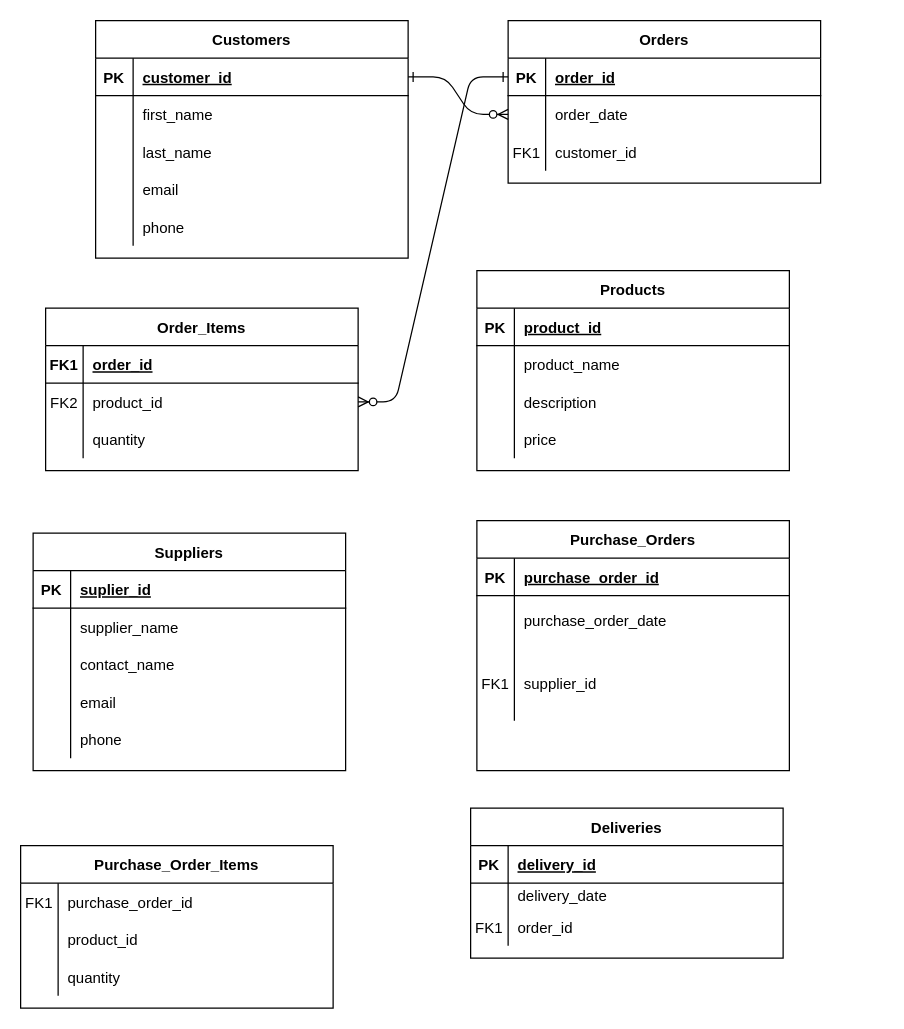
Earlier version of the draw.io diagram Untitled Diagram.drawio (devalmali/Data-Modeling-SQL-). Source tidied: cells renumbered, new cells numbered last; positions are measured from the earlier drawing's top-left corner, leaving out a move shared by most shapes. Both pictures are drawn from the tidied source at 125%, with x=0, y=0 at pixel (20, 20).
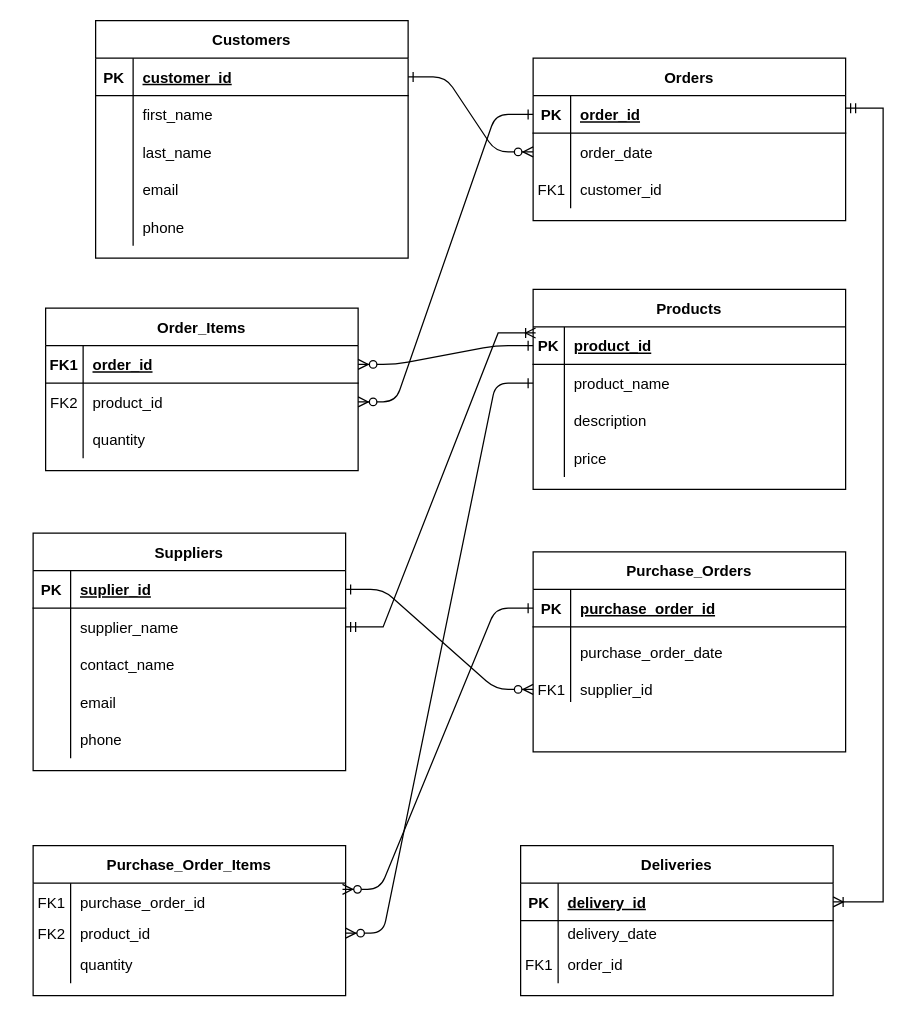
The same diagram, later.

Unchanged cells that the change refers to:
```xml
<mxCell id="15" style="shape=partialRectangle;fillColor=none;points=[[0,0.5],[1,0.5]];portConstraint=eastwest;top=0;left=0;right=0;bottom=1;" parent="14" vertex="1">
  <mxGeometry y="30" width="250" height="30" as="geometry" />
</mxCell>
<mxCell id="41" style="shape=partialRectangle;fillColor=none;points=[[0,0.5],[1,0.5]];portConstraint=eastwest;top=0;left=0;right=0;bottom=1;" parent="40" vertex="1">
  <mxGeometry y="30" width="250" height="30" as="geometry" />
</mxCell>
<mxCell id="44" style="shape=partialRectangle;fillColor=none;points=[[0,0.5],[1,0.5]];portConstraint=eastwest;top=0;left=0;right=0;bottom=0;" parent="40" vertex="1">
  <mxGeometry y="60" width="250" height="30" as="geometry" />
</mxCell>
<mxCell id="47" style="shape=partialRectangle;fillColor=none;top=0;left=0;right=0;bottom=0;" parent="40" vertex="1">
  <mxGeometry y="90" width="250" height="30" as="geometry" />
</mxCell>
<mxCell id="50" style="shape=partialRectangle;fillColor=none;top=0;left=0;right=0;bottom=0;" parent="40" vertex="1">
  <mxGeometry y="120" width="250" height="30" as="geometry" />
</mxCell>
<mxCell id="54" style="shape=partialRectangle;fillColor=none;points=[[0,0.5],[1,0.5]];portConstraint=eastwest;top=0;left=0;right=0;bottom=1;" parent="53" vertex="1">
  <mxGeometry y="30" width="250" height="30" as="geometry" />
</mxCell>
<mxCell id="57" style="shape=partialRectangle;fillColor=none;points=[[0,0.5],[1,0.5]];portConstraint=eastwest;top=0;left=0;right=0;bottom=0;" parent="53" vertex="1">
  <mxGeometry y="60" width="250" height="30" as="geometry" />
</mxCell>
<mxCell id="70" style="shape=partialRectangle;fillColor=none;points=[[0,0.5],[1,0.5]];portConstraint=eastwest;top=0;left=0;right=0;bottom=1;" parent="69" vertex="1">
  <mxGeometry y="30" width="250" height="30" as="geometry" />
</mxCell>
<mxCell id="80" style="shape=partialRectangle;fillColor=none;points=[[0,0.5],[1,0.5]];portConstraint=eastwest;top=0;left=0;right=0;bottom=0;" parent="79" vertex="1">
  <mxGeometry y="30" width="250" height="30" as="geometry" />
</mxCell>
<mxCell id="90" style="shape=partialRectangle;fillColor=none;points=[[0,0.5],[1,0.5]];portConstraint=eastwest;top=0;left=0;right=0;bottom=1;" parent="89" vertex="1">
  <mxGeometry y="30" width="250" height="30" as="geometry" />
</mxCell>
```

Diff of the diagram source:
```diff
@@
     <mxCell id="4" value="Orders" style="shape=table;startSize=30;childLayout=tableLayout;rowLines=0;fontStyle=1;align=center;" parent="1" vertex="1">
-      <mxGeometry x="390" width="250" height="130" as="geometry" />
+      <mxGeometry x="410" y="30" width="250" height="130" as="geometry" />
     </mxCell>
@@
     <mxCell id="40" value="Products" style="shape=table;startSize=30;childLayout=tableLayout;rowLines=0;fontStyle=1;align=center;" parent="1" vertex="1">
-      <mxGeometry x="365" y="200" width="250" height="160" as="geometry" />
+      <mxGeometry x="410" y="215" width="250" height="160" as="geometry" />
     </mxCell>
@@
     <mxCell id="42" value="PK" style="shape=partialRectangle;overflow=hidden;fillColor=none;top=0;left=0;bottom=0;right=0;fontStyle=1;" parent="41" vertex="1">
-      <mxGeometry width="30" height="30" as="geometry" />
+      <mxGeometry width="25" height="30" as="geometry" />
     </mxCell>
     <mxCell id="43" value="product_id" style="shape=partialRectangle;overflow=hidden;fillColor=none;top=0;left=0;bottom=0;right=0;align=left;spacingLeft=6;fontStyle=5;" parent="41" vertex="1">
-      <mxGeometry x="30" width="220" height="30" as="geometry" />
+      <mxGeometry x="25" width="225" height="30" as="geometry" />
     </mxCell>
@@
     <mxCell id="45" style="shape=partialRectangle;overflow=hidden;fillColor=none;top=0;left=0;bottom=0;right=0;" parent="44" vertex="1">
-      <mxGeometry width="30" height="30" as="geometry" />
+      <mxGeometry width="25" height="30" as="geometry" />
     </mxCell>
     <mxCell id="46" value="product_name" style="shape=partialRectangle;overflow=hidden;fillColor=none;top=0;left=0;bottom=0;right=0;align=left;spacingLeft=6;" parent="44" vertex="1">
-      <mxGeometry x="30" width="220" height="30" as="geometry" />
+      <mxGeometry x="25" width="225" height="30" as="geometry" />
     </mxCell>
@@
     <mxCell id="48" style="shape=partialRectangle;overflow=hidden;fillColor=none;top=0;left=0;bottom=0;right=0;" parent="47" vertex="1">
-      <mxGeometry width="30" height="30" as="geometry" />
+      <mxGeometry width="25" height="30" as="geometry" />
     </mxCell>
     <mxCell id="49" value="description" style="shape=partialRectangle;overflow=hidden;fillColor=none;top=0;left=0;bottom=0;right=0;align=left;spacingLeft=6;" parent="47" vertex="1">
-      <mxGeometry x="30" width="220" height="30" as="geometry" />
+      <mxGeometry x="25" width="225" height="30" as="geometry" />
     </mxCell>
@@
     <mxCell id="51" style="shape=partialRectangle;overflow=hidden;fillColor=none;top=0;left=0;bottom=0;right=0;" parent="50" vertex="1">
-      <mxGeometry width="30" height="30" as="geometry" />
+      <mxGeometry width="25" height="30" as="geometry" />
     </mxCell>
     <mxCell id="52" value="price" style="shape=partialRectangle;overflow=hidden;fillColor=none;top=0;left=0;bottom=0;right=0;align=left;spacingLeft=6;" parent="50" vertex="1">
-      <mxGeometry x="30" width="220" height="30" as="geometry" />
+      <mxGeometry x="25" width="225" height="30" as="geometry" />
     </mxCell>
@@
     <mxCell id="69" value="Purchase_Orders" style="shape=table;startSize=30;childLayout=tableLayout;rowLines=0;fontStyle=1;align=center;" parent="1" vertex="1">
-      <mxGeometry x="365" y="400" width="250" height="200" as="geometry" />
+      <mxGeometry x="410" y="425" width="250" height="160" as="geometry" />
     </mxCell>
@@
     <mxCell id="76" style="shape=partialRectangle;fillColor=none;points=[[0,0.5],[1,0.5]];portConstraint=eastwest;top=0;left=0;right=0;bottom=0;" parent="69" vertex="1">
-      <mxGeometry y="100" width="250" height="60" as="geometry" />
+      <mxGeometry y="100" width="250" height="20" as="geometry" />
     </mxCell>
     <mxCell id="77" value="FK1" style="shape=partialRectangle;overflow=hidden;fillColor=none;top=0;left=0;bottom=0;right=0;" parent="76" vertex="1">
-      <mxGeometry width="30" height="60" as="geometry" />
+      <mxGeometry width="30" height="20" as="geometry" />
     </mxCell>
     <mxCell id="78" value="supplier_id" style="shape=partialRectangle;overflow=hidden;fillColor=none;top=0;left=0;bottom=0;right=0;align=left;spacingLeft=6;" parent="76" vertex="1">
-      <mxGeometry x="30" width="220" height="60" as="geometry" />
+      <mxGeometry x="30" width="220" height="20" as="geometry" />
     </mxCell>
     <mxCell id="79" value="Purchase_Order_Items" style="shape=table;startSize=30;childLayout=tableLayout;rowLines=0;fontStyle=1;align=center;" parent="1" vertex="1">
-      <mxGeometry y="660" width="250" height="130" as="geometry" />
+      <mxGeometry x="10" y="660" width="250" height="120" as="geometry" />
     </mxCell>
@@
     <mxCell id="83" style="shape=partialRectangle;fillColor=none;points=[[0,0.5],[1,0.5]];portConstraint=eastwest;top=0;left=0;right=0;bottom=0;" parent="79" vertex="1">
-      <mxGeometry y="60" width="250" height="30" as="geometry" />
+      <mxGeometry y="60" width="250" height="20" as="geometry" />
     </mxCell>
-    <mxCell id="84" style="shape=partialRectangle;overflow=hidden;fillColor=none;top=0;left=0;bottom=0;right=0;" parent="83" vertex="1">
-      <mxGeometry width="30" height="30" as="geometry" />
+    <mxCell id="84" value="FK2" style="shape=partialRectangle;overflow=hidden;fillColor=none;top=0;left=0;bottom=0;right=0;" parent="83" vertex="1">
+      <mxGeometry width="30" height="20" as="geometry" />
     </mxCell>
     <mxCell id="85" value="product_id" style="shape=partialRectangle;overflow=hidden;fillColor=none;top=0;left=0;bottom=0;right=0;align=left;spacingLeft=6;" parent="83" vertex="1">
-      <mxGeometry x="30" width="220" height="30" as="geometry" />
+      <mxGeometry x="30" width="220" height="20" as="geometry" />
     </mxCell>
     <mxCell id="86" style="shape=partialRectangle;fillColor=none;top=0;left=0;right=0;bottom=0;" parent="79" vertex="1">
-      <mxGeometry y="90" width="250" height="30" as="geometry" />
+      <mxGeometry y="80" width="250" height="30" as="geometry" />
     </mxCell>
@@
     <mxCell id="89" value="Deliveries" style="shape=table;startSize=30;childLayout=tableLayout;rowLines=0;fontStyle=1;align=center;" parent="1" vertex="1">
-      <mxGeometry x="360" y="630" width="250" height="120" as="geometry" />
+      <mxGeometry x="400" y="660" width="250" height="120" as="geometry" />
     </mxCell>
@@
+    <mxCell id="99" style="edgeStyle=entityRelationEdgeStyle;endArrow=ERzeroToMany;startArrow=ERone;endFill=1;startFill=0;entryX=1;entryY=0.5;entryDx=0;entryDy=0;" parent="1" edge="1" source="41" target="15">
+      <mxGeometry relative="1" as="geometry" />
+    </mxCell>
+    <mxCell id="100" style="edgeStyle=entityRelationEdgeStyle;endArrow=ERzeroToMany;startArrow=ERone;endFill=1;startFill=0;exitX=1;exitY=0.5;exitDx=0;exitDy=0;entryX=0;entryY=0.5;entryDx=0;entryDy=0;" parent="1" edge="1" source="54" target="76">
+      <mxGeometry relative="1" as="geometry" />
+    </mxCell>
+    <mxCell id="101" style="edgeStyle=entityRelationEdgeStyle;endArrow=ERzeroToMany;startArrow=ERone;endFill=1;startFill=0;entryX=0.99;entryY=0.166;entryDx=0;entryDy=0;entryPerimeter=0;" parent="1" edge="1" source="70" target="80">
+      <mxGeometry relative="1" as="geometry" />
+    </mxCell>
+    <mxCell id="102" style="edgeStyle=entityRelationEdgeStyle;endArrow=ERzeroToMany;startArrow=ERone;endFill=1;startFill=0;" parent="1" edge="1" source="44" target="83">
+      <mxGeometry relative="1" as="geometry" />
+    </mxCell>
+    <mxCell id="103" style="edgeStyle=entityRelationEdgeStyle;fontSize=12;html=1;endArrow=ERoneToMany;startArrow=ERmandOne;rounded=0;" parent="1" edge="1" target="90">
+      <mxGeometry relative="1" as="geometry">
+        <mxPoint x="660" y="70" as="sourcePoint" />
+      </mxGeometry>
+    </mxCell>
+    <mxCell id="104" style="edgeStyle=entityRelationEdgeStyle;fontSize=12;html=1;endArrow=ERoneToMany;startArrow=ERmandOne;rounded=0;entryX=0.008;entryY=0.163;entryDx=0;entryDy=0;entryPerimeter=0;" parent="1" edge="1" source="57" target="41">
+      <mxGeometry relative="1" as="geometry" />
+    </mxCell>
```
